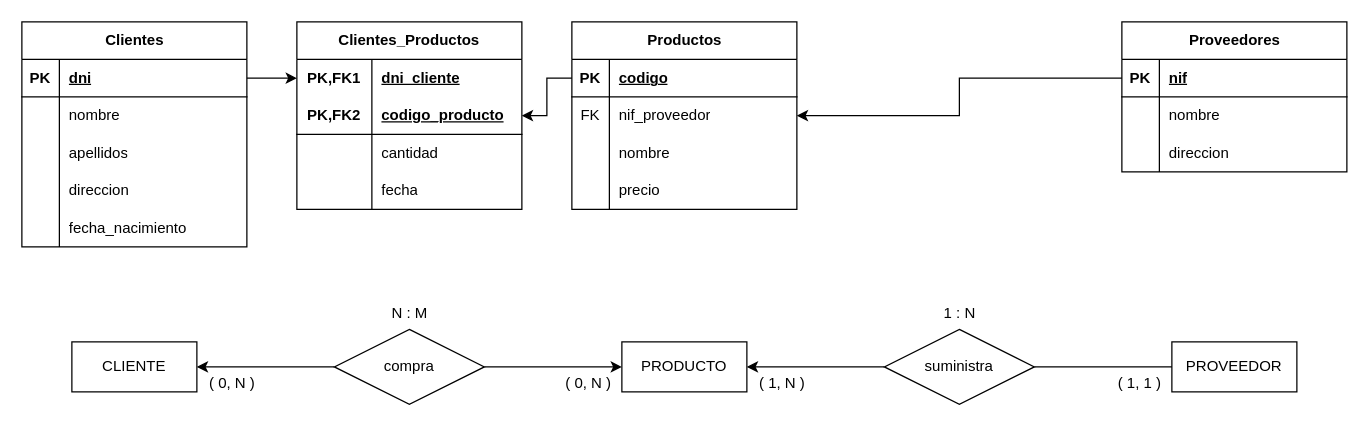
This is CFGS/DAW/BAE/T1_Supermercado/supermercado.drawio from FJrodafo/University, a draw.io file, before an edit. Source tidied: cells renumbered, new cells numbered last; positions are measured from the earlier drawing's top-left corner, leaving out a move shared by most shapes. Both pictures are drawn from the tidied source at 125%, with x=0, y=0 at pixel (21, 21).
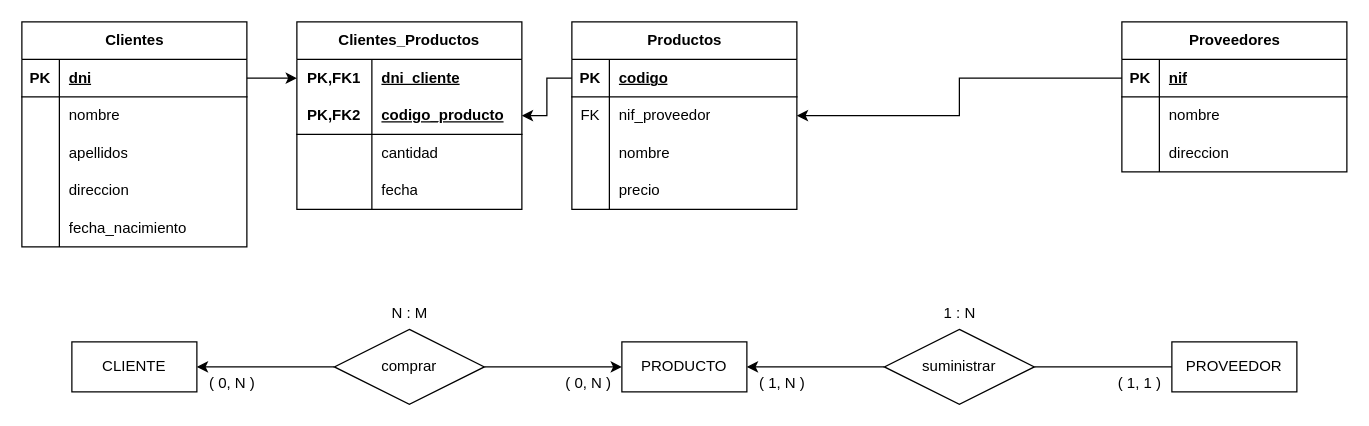
The same page after the edit.

What changed in the source:
```diff
@@
-    <mxCell id="32" value="compra" style="shape=rhombus;perimeter=rhombusPerimeter;whiteSpace=wrap;html=1;align=center;" parent="1" vertex="1">
+    <mxCell id="32" value="comprar" style="shape=rhombus;perimeter=rhombusPerimeter;whiteSpace=wrap;html=1;align=center;" parent="1" vertex="1">
       <mxGeometry x="250" y="246" width="120" height="60" as="geometry" />
     </mxCell>
@@
-    <mxCell id="34" value="suministra" style="shape=rhombus;perimeter=rhombusPerimeter;whiteSpace=wrap;html=1;align=center;" parent="1" vertex="1">
+    <mxCell id="34" value="suministrar" style="shape=rhombus;perimeter=rhombusPerimeter;whiteSpace=wrap;html=1;align=center;" parent="1" vertex="1">
       <mxGeometry x="690" y="246" width="120" height="60" as="geometry" />
     </mxCell>
```
